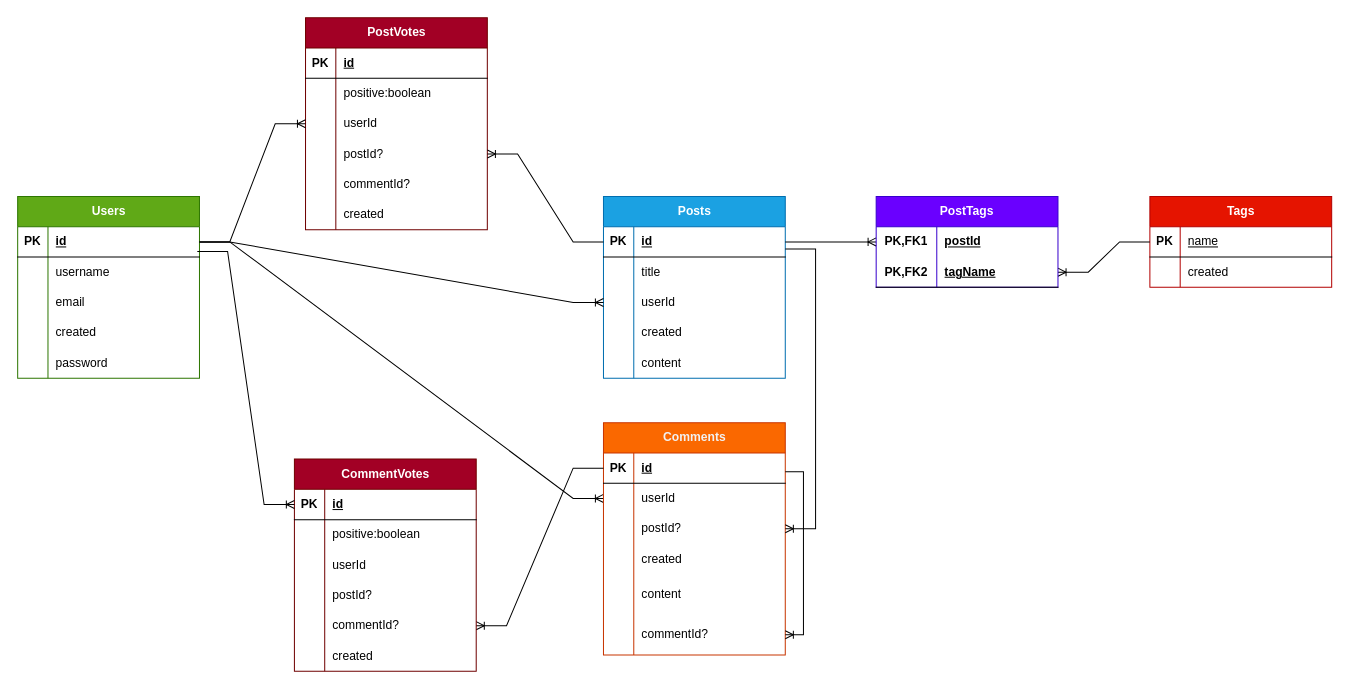
Above: backend/random_blog_rel_table.drawio in tMas9941/random-blog (draw.io), before the change. Source tidied: cells renumbered, new cells numbered last; positions are measured from the earlier drawing's top-left corner, leaving out a move shared by most shapes. Both pictures are drawn from the tidied source at 101%, with x=0, y=0 at pixel (17, 17).
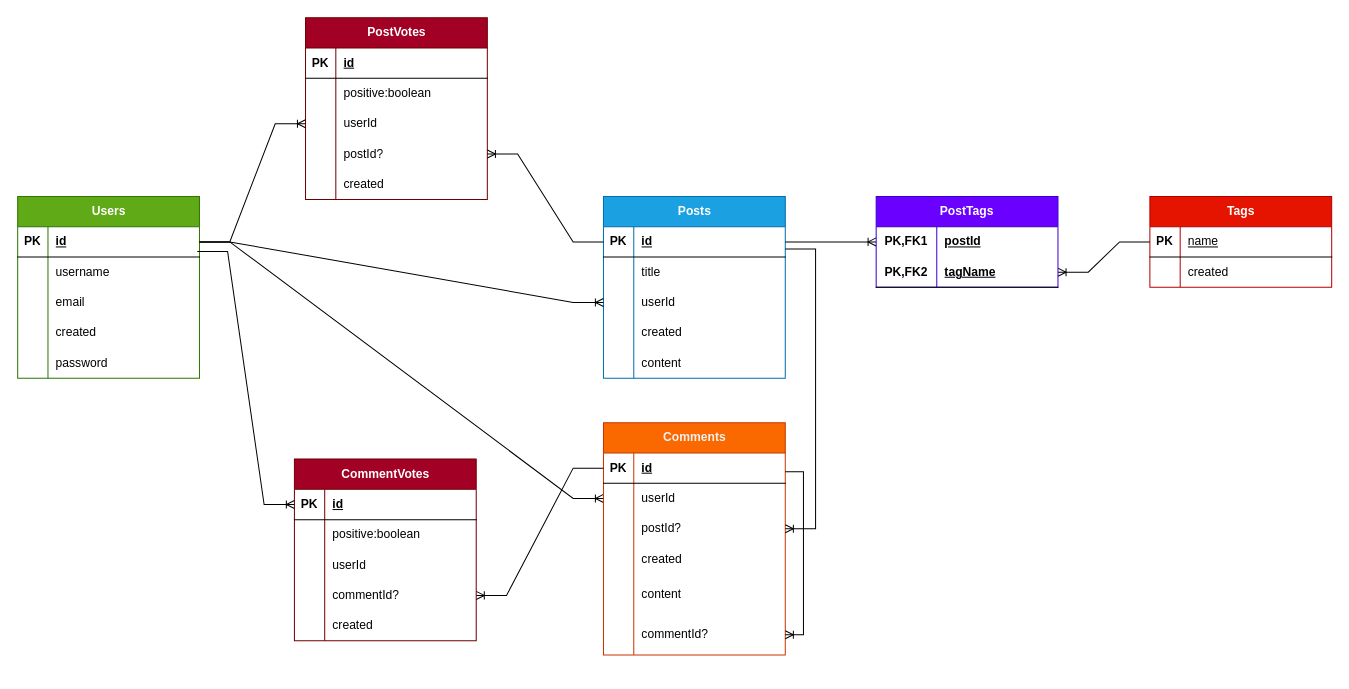
Above is the later version.

Diff of the diagram source:
```diff
@@
     <mxCell id="73" value="PostVotes" style="shape=table;startSize=30;childLayout=tableLayout;rowLines=0;fontStyle=1;align=center;html=1;fillColor=#a20025;strokeColor=#6F0000;fontColor=#ffffff;" parent="1" vertex="1">
-      <mxGeometry x="285" width="180" height="210" as="geometry" />
+      <mxGeometry x="285" width="180" height="180" as="geometry" />
     </mxCell>
@@
-    <mxCell id="86" style="shape=tableRow;horizontal=0;startSize=0;swimlaneHead=0;swimlaneBody=0;fillColor=none;top=0;left=0;right=0;bottom=0;" parent="73" vertex="1">
-      <mxGeometry y="150" width="180" height="30" as="geometry" />
-    </mxCell>
-    <mxCell id="87" style="shape=partialRectangle;fillColor=none;top=0;left=0;bottom=0;right=0;overflow=hidden;whiteSpace=wrap;html=1;" parent="86" vertex="1">
-      <mxGeometry width="30" height="30" as="geometry" />
-    </mxCell>
-    <mxCell id="88" value="commentId?" style="shape=partialRectangle;fillColor=none;top=0;left=0;bottom=0;right=0;align=left;spacingLeft=6;overflow=hidden;whiteSpace=wrap;html=1;" parent="86" vertex="1">
-      <mxGeometry x="30" width="150" height="30" as="geometry" />
-    </mxCell>
     <mxCell id="89" style="shape=tableRow;horizontal=0;startSize=0;swimlaneHead=0;swimlaneBody=0;fillColor=none;top=0;left=0;right=0;bottom=0;" parent="73" vertex="1">
-      <mxGeometry y="180" width="180" height="30" as="geometry" />
+      <mxGeometry y="150" width="180" height="30" as="geometry" />
     </mxCell>
@@
     <mxCell id="95" value="CommentVotes" style="shape=table;startSize=30;childLayout=tableLayout;rowLines=0;fontStyle=1;align=center;html=1;fillColor=#a20025;strokeColor=#6F0000;fontColor=#ffffff;" parent="1" vertex="1">
-      <mxGeometry x="274" y="437" width="180" height="210" as="geometry" />
+      <mxGeometry x="274" y="437" width="180" height="180" as="geometry" />
     </mxCell>
@@
-    <mxCell id="105" style="shape=tableRow;horizontal=0;startSize=0;swimlaneHead=0;swimlaneBody=0;fillColor=none;top=0;left=0;right=0;bottom=0;" parent="95" vertex="1">
-      <mxGeometry y="120" width="180" height="30" as="geometry" />
-    </mxCell>
-    <mxCell id="106" style="shape=partialRectangle;fillColor=none;top=0;left=0;bottom=0;right=0;overflow=hidden;whiteSpace=wrap;html=1;" parent="105" vertex="1">
-      <mxGeometry width="30" height="30" as="geometry" />
-    </mxCell>
-    <mxCell id="107" value="postId?" style="shape=partialRectangle;fillColor=none;top=0;left=0;bottom=0;right=0;align=left;spacingLeft=6;overflow=hidden;whiteSpace=wrap;html=1;" parent="105" vertex="1">
-      <mxGeometry x="30" width="150" height="30" as="geometry" />
-    </mxCell>
     <mxCell id="108" style="shape=tableRow;horizontal=0;startSize=0;swimlaneHead=0;swimlaneBody=0;fillColor=none;points=[[0,0.5],[1,0.5]];portConstraint=eastwest;top=0;left=0;right=0;bottom=0;" parent="95" vertex="1">
-      <mxGeometry y="150" width="180" height="30" as="geometry" />
+      <mxGeometry y="120" width="180" height="30" as="geometry" />
     </mxCell>
@@
     <mxCell id="111" style="shape=tableRow;horizontal=0;startSize=0;swimlaneHead=0;swimlaneBody=0;fillColor=none;top=0;left=0;right=0;bottom=0;" parent="95" vertex="1">
-      <mxGeometry y="180" width="180" height="30" as="geometry" />
+      <mxGeometry y="150" width="180" height="30" as="geometry" />
     </mxCell>
```
